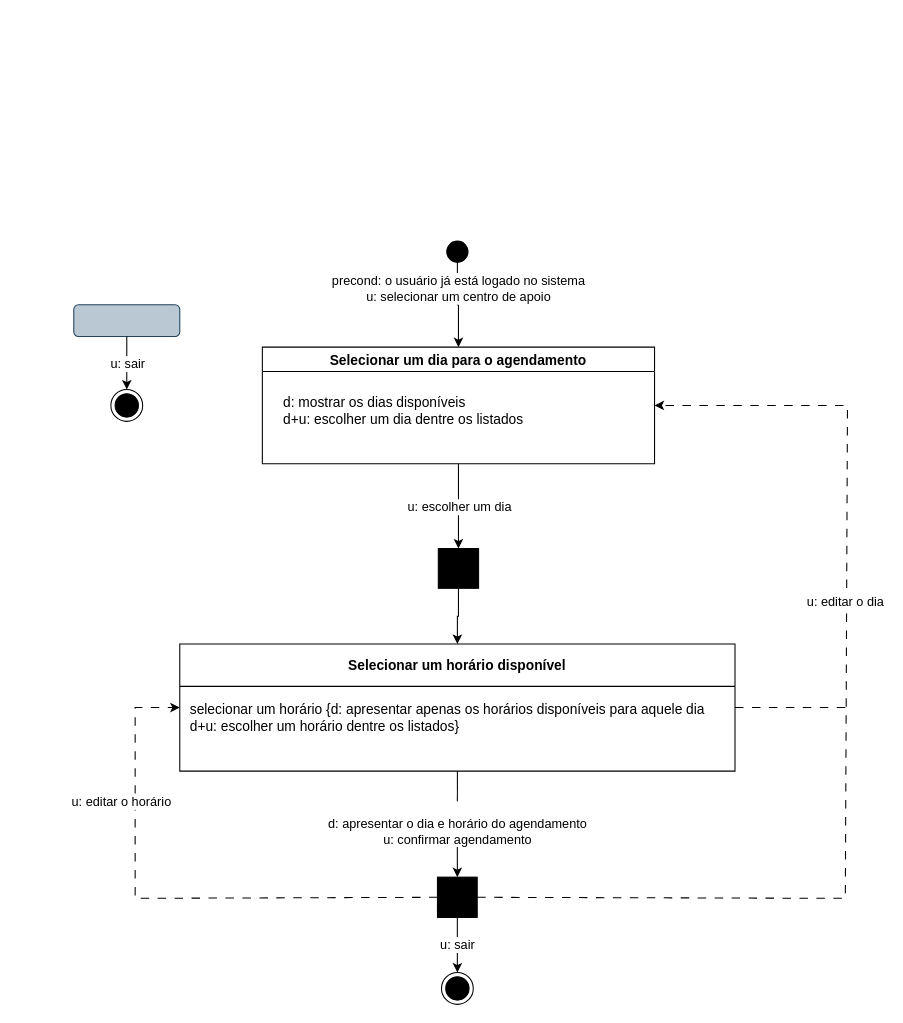
Earlier version of the draw.io diagram tp ihc - modelagem de interação.drawio (manuelamfo/TP-IHC-2024-2). Source tidied: cells renumbered, new cells numbered last; positions are measured from the earlier drawing's top-left corner, leaving out a move shared by most shapes. Both pictures are drawn from the tidied source at 106%, with x=0, y=0 at pixel (73, 241).
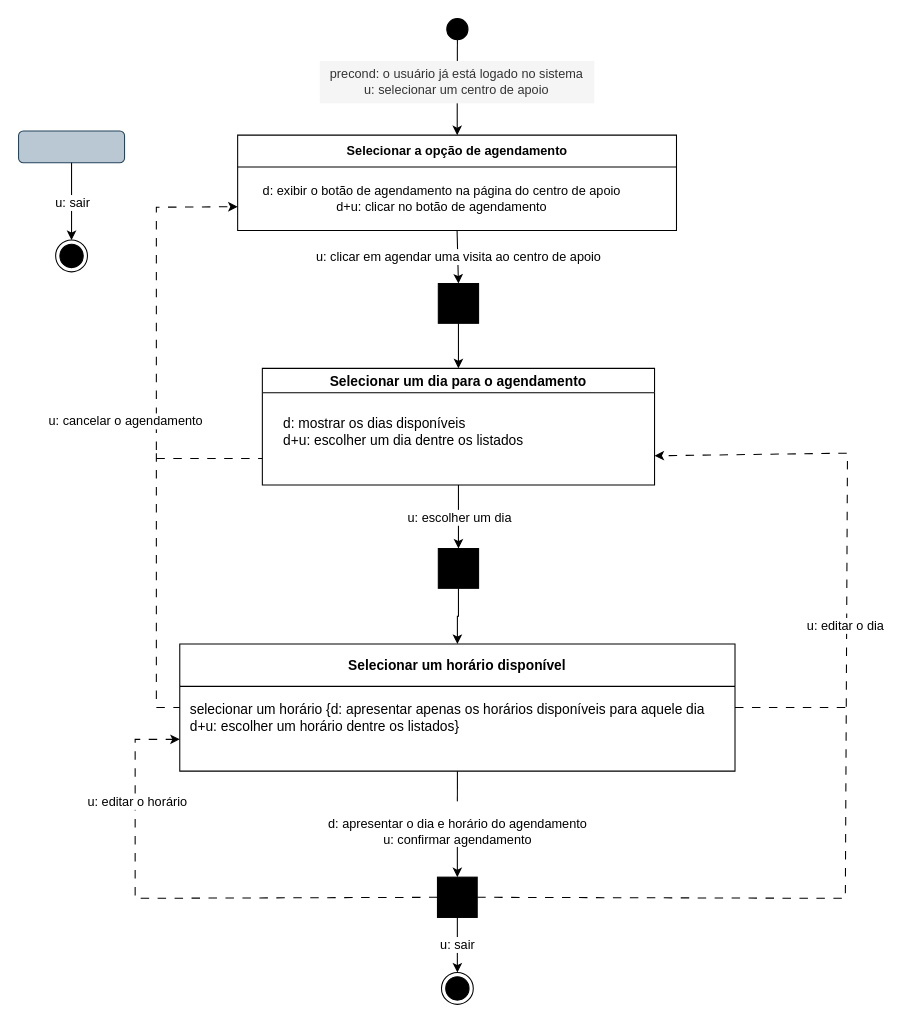
The same diagram, later.

The change refers to these unchanged cells:
```xml
<mxCell id="9" value="&lt;font style=&quot;font-size: 13px;&quot;&gt;Selecionar um horário disponível&lt;/font&gt;" style="swimlane;whiteSpace=wrap;html=1;startSize=40;" parent="1" vertex="1">
  <mxGeometry x="100.1" y="380" width="523.8" height="120" as="geometry" />
</mxCell>
<mxCell id="13" style="whiteSpace=wrap;html=1;fontStyle=1;startSize=23;fillColor=#000000;direction=south;" parent="1" vertex="1">
  <mxGeometry x="343.2" y="600" width="37.5" height="38" as="geometry" />
</mxCell>
```

The edit, as a diff of the source:
```diff
@@
     <mxCell id="2" value="&lt;font style=&quot;font-size: 13px;&quot;&gt;Selecionar um dia para o agendamento&lt;/font&gt;" style="swimlane;whiteSpace=wrap;html=1;" parent="1" vertex="1">
-      <mxGeometry x="178" y="100" width="370" height="110" as="geometry" />
+      <mxGeometry x="178" y="120" width="370" height="110" as="geometry" />
     </mxCell>
@@
-    <mxCell id="4" style="edgeStyle=orthogonalEdgeStyle;rounded=0;jettySize=auto;html=1;entryX=0.5;entryY=0;entryDx=0;entryDy=0;" parent="1" edge="1" source="5" target="2">
-      <mxGeometry relative="1" as="geometry" />
-    </mxCell>
     <mxCell id="5" style="ellipse;whiteSpace=wrap;html=1;fillColor=#000000;" parent="1" vertex="1">
-      <mxGeometry x="352" width="20" height="20" as="geometry" />
+      <mxGeometry x="352" y="-210" width="20" height="20" as="geometry" />
     </mxCell>
-    <mxCell id="6" value="&lt;div&gt;precond: o usuário já está logado no sistema&lt;/div&gt;u: selecionar um centro de apoio" style="text;html=1;align=center;verticalAlign=middle;whiteSpace=wrap;rounded=0;fillColor=default;" parent="1" vertex="1">
-      <mxGeometry x="216.5" y="30" width="293" height="30" as="geometry" />
-    </mxCell>
@@
-    <mxCell id="11" style="endArrow=classic;html=1;rounded=0;dashed=1;dashPattern=8 8;exitX=0.5;exitY=1;exitDx=0;exitDy=0;entryX=0;entryY=0.5;entryDx=0;entryDy=0;" parent="1" edge="1" source="13" target="9">
+    <mxCell id="11" style="endArrow=classic;html=1;rounded=0;dashed=1;dashPattern=8 8;exitX=0.5;exitY=1;exitDx=0;exitDy=0;entryX=0;entryY=0.75;entryDx=0;entryDy=0;" parent="1" edge="1" source="13" target="9">
       <mxGeometry relative="1" as="geometry">
         <Array as="points">
           <mxPoint x="58" y="620" />
-          <mxPoint x="58" y="440" />
+          <mxPoint x="58" y="470" />
         </Array>
       </mxGeometry>
     </mxCell>
@@
-    <mxCell id="18" style="endArrow=classic;html=1;rounded=0;dashed=1;dashPattern=8 8;exitX=0.5;exitY=0;exitDx=0;exitDy=0;entryX=1;entryY=0.5;entryDx=0;entryDy=0;" parent="1" edge="1" source="13" target="2">
+    <mxCell id="18" style="endArrow=classic;html=1;rounded=0;dashed=1;dashPattern=8 8;exitX=0.5;exitY=0;exitDx=0;exitDy=0;entryX=1;entryY=0.75;entryDx=0;entryDy=0;" parent="1" edge="1" source="13" target="2">
       <mxGeometry relative="1" as="geometry">
         <Array as="points">
           <mxPoint x="728" y="620" />
-          <mxPoint x="730" y="155" />
+          <mxPoint x="730" y="200" />
         </Array>
       </mxGeometry>
     </mxCell>
@@
     <mxCell id="24" style="rounded=1;whiteSpace=wrap;html=1;fillColor=#bac8d3;strokeColor=#23445d;" parent="1" vertex="1">
-      <mxGeometry x="0.1" y="60" width="100" height="30" as="geometry" />
+      <mxGeometry x="-52" y="-104" width="100" height="30" as="geometry" />
     </mxCell>
@@
     <mxCell id="27" style="ellipse;html=1;shape=endState;fillColor=#000000;strokeColor=#000000;" parent="1" vertex="1">
-      <mxGeometry x="35.1" y="140" width="30" height="30" as="geometry" />
+      <mxGeometry x="-17" y="-1" width="30" height="30" as="geometry" />
     </mxCell>
+    <mxCell id="28" style="endArrow=classic;html=1;rounded=0;exitX=0.5;exitY=1;exitDx=0;exitDy=0;" parent="1" edge="1" source="5" target="29">
+      <mxGeometry relative="1" as="geometry" />
+    </mxCell>
+    <mxCell id="29" value="Selecionar a opção de agendamento" style="swimlane;whiteSpace=wrap;html=1;startSize=30;" parent="1" vertex="1">
+      <mxGeometry x="154.7" y="-100" width="414" height="90" as="geometry" />
+    </mxCell>
+    <mxCell id="30" value="d: exibir o botão de agendamento na página do centro de apoio&lt;div&gt;d+u: clicar no botão de agendamento&lt;/div&gt;" style="text;html=1;align=center;verticalAlign=middle;strokeColor=none;fillColor=none;" parent="29" vertex="1">
+      <mxGeometry x="12" y="40" width="360" height="40" as="geometry" />
+    </mxCell>
+    <mxCell id="6" value="&lt;div style=&quot;&quot;&gt;precond: o usuário já está logado no sistema&lt;/div&gt;&lt;div style=&quot;&quot;&gt;&lt;span style=&quot;background-color: initial;&quot;&gt;u: selecionar um centro de apoio&lt;/span&gt;&lt;/div&gt;" style="text;html=1;align=center;verticalAlign=middle;whiteSpace=wrap;rounded=0;fillColor=#f5f5f5;fontColor=#333333;strokeColor=none;" parent="1" vertex="1">
+      <mxGeometry x="232.2" y="-170" width="259" height="40" as="geometry" />
+    </mxCell>
+    <mxCell id="31" style="endArrow=classic;html=1;rounded=0;exitX=0.5;exitY=1;exitDx=0;exitDy=0;entryX=0.5;entryY=0;entryDx=0;entryDy=0;" parent="1" edge="1" source="29" target="33">
+      <mxGeometry relative="1" as="geometry" />
+    </mxCell>
+    <mxCell id="32" value="u: clicar em agendar uma visita ao centro de apoio" style="edgeLabel;html=1;align=center;verticalAlign=middle;fontSize=12;" parent="31" vertex="1">
+      <mxGeometry relative="1" as="geometry" />
+    </mxCell>
+    <mxCell id="33" style="whiteSpace=wrap;html=1;fontStyle=1;startSize=23;fillColor=#000000;" parent="1" vertex="1">
+      <mxGeometry x="344" y="40" width="38" height="37.5" as="geometry" />
+    </mxCell>
+    <mxCell id="34" style="edgeStyle=orthogonalEdgeStyle;rounded=0;jettySize=auto;html=1;entryX=0.5;entryY=0;entryDx=0;entryDy=0;exitX=0.5;exitY=1;exitDx=0;exitDy=0;" parent="1" edge="1" source="33" target="2">
+      <mxGeometry relative="1" as="geometry" />
+    </mxCell>
+    <mxCell id="35" style="endArrow=classic;html=1;rounded=0;dashed=1;dashPattern=8 8;exitX=1;exitY=0.5;exitDx=0;exitDy=0;entryX=0;entryY=0.75;entryDx=0;entryDy=0;" parent="1" edge="1" target="29">
+      <mxGeometry relative="1" as="geometry">
+        <mxPoint x="78" y="205" as="sourcePoint" />
+        <Array as="points">
+          <mxPoint x="178" y="205" />
+          <mxPoint x="78" y="205" />
+          <mxPoint x="78" y="90" />
+          <mxPoint x="78" y="-32" />
+        </Array>
+      </mxGeometry>
+    </mxCell>
+    <mxCell id="36" value="u: cancelar o agendamento" style="edgeLabel;html=1;align=center;verticalAlign=middle;fontSize=12;" parent="35" vertex="1">
+      <mxGeometry relative="1" as="geometry">
+        <mxPoint x="-30" y="21" as="offset" />
+      </mxGeometry>
+    </mxCell>
+    <mxCell id="37" style="endArrow=none;html=1;rounded=0;dashed=1;dashPattern=8 8;entryX=0;entryY=0.5;entryDx=0;entryDy=0;" parent="1" edge="1" target="9">
+      <mxGeometry relative="1" as="geometry">
+        <mxPoint x="78" y="200" as="sourcePoint" />
+        <Array as="points">
+          <mxPoint x="78" y="240" />
+          <mxPoint x="78" y="440" />
+        </Array>
+      </mxGeometry>
+    </mxCell>
```
